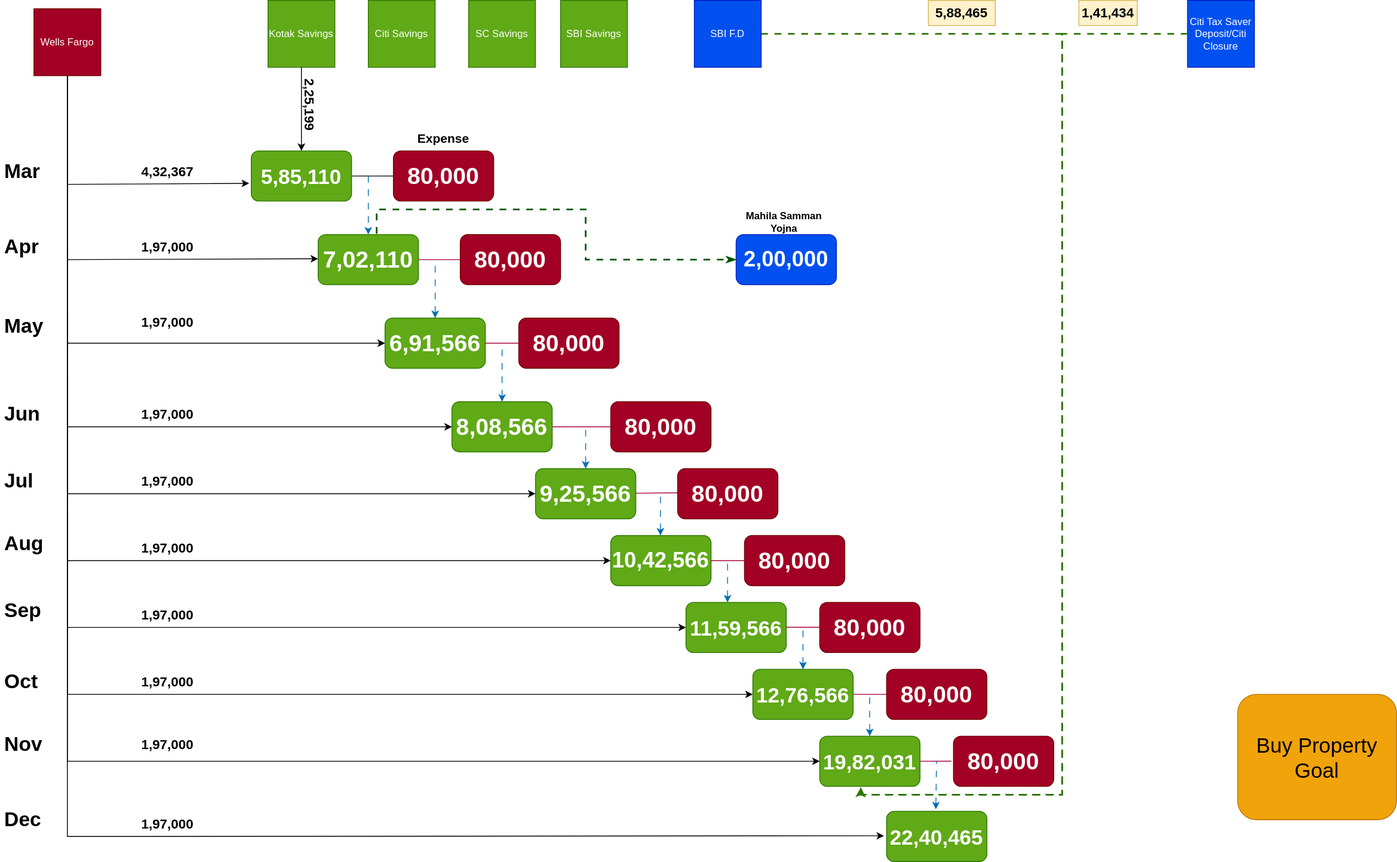
Before: Investments.drawio.svg, a diagram exported from draw.io (uchiharizvi/design-diagrams). Source tidied: cells renumbered, new cells last; positions are measured from the earlier drawing's top-left corner, leaving out a move shared by most shapes.
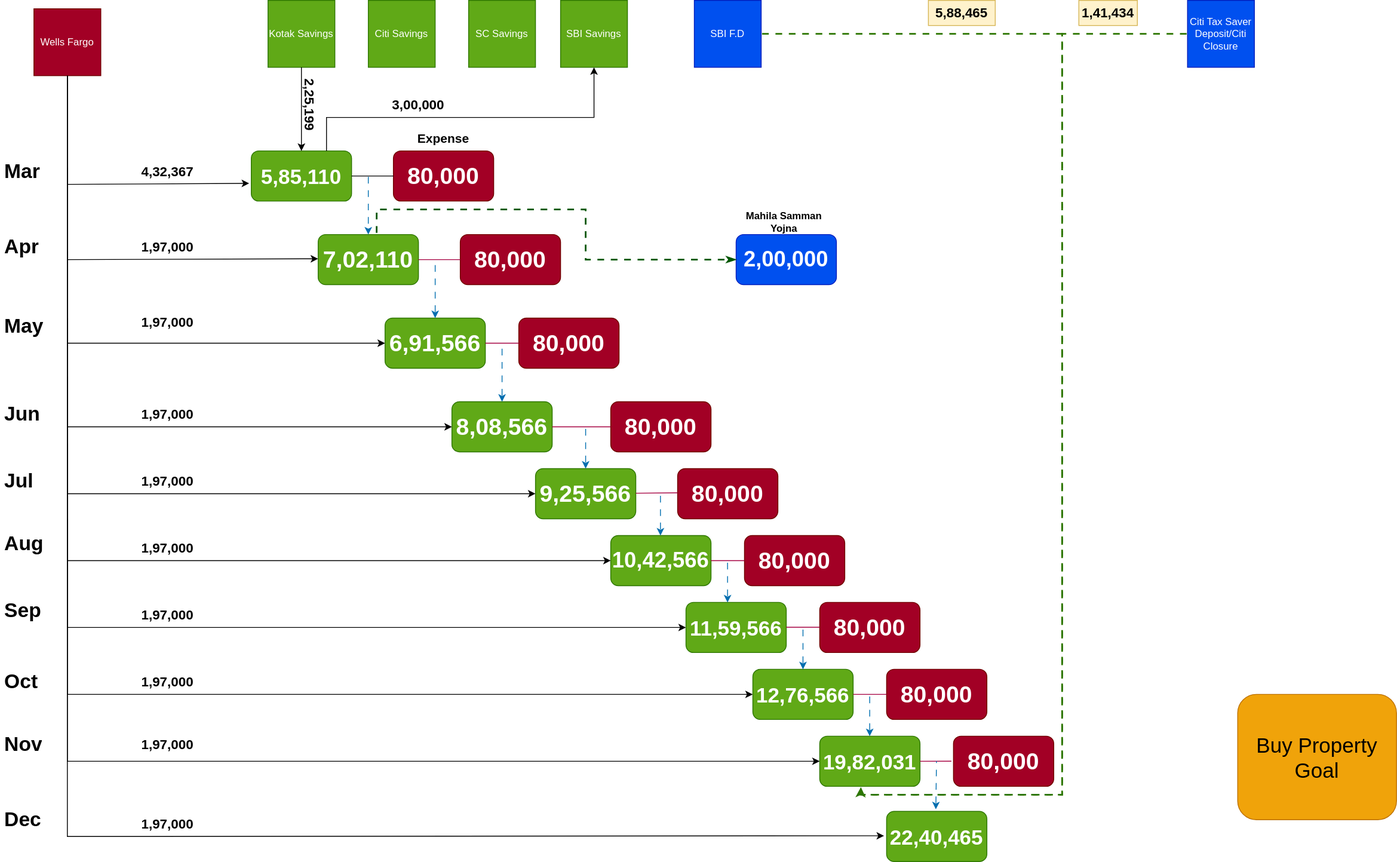
Later version of the same file.

The edit, as a diff of the source:
```diff
@@ -371,5 +371,16 @@
     <mxCell id="86" value="&lt;font style=&quot;font-size: 25px;&quot;&gt;Buy Property Goal&lt;/font&gt;" style="rounded=1;whiteSpace=wrap;html=1;fillColor=#f0a30a;fontColor=#000000;strokeColor=#BD7000;" parent="1" vertex="1">
       <mxGeometry x="1480" y="830" width="190" height="150" as="geometry" />
     </mxCell>
+    <mxCell id="87" style="endArrow=classic;html=1;rounded=0;exitX=0.75;exitY=0;exitDx=0;exitDy=0;entryX=0.5;entryY=1;entryDx=0;entryDy=0;" parent="1" edge="1" source="2" target="37">
+      <mxGeometry relative="1" as="geometry">
+        <Array as="points">
+          <mxPoint x="390" y="140" />
+          <mxPoint x="710" y="140" />
+        </Array>
+      </mxGeometry>
+    </mxCell>
+    <mxCell id="88" value="&lt;font style=&quot;font-size: 16px;&quot;&gt;3,00,000&lt;/font&gt;" style="text;html=1;align=center;verticalAlign=middle;whiteSpace=wrap;rounded=0;fontStyle=1;rotation=0;" parent="1" vertex="1">
+      <mxGeometry x="460" y="110" width="80" height="30" as="geometry" />
+    </mxCell>
   </root>
 </mxGraphModel>
```
